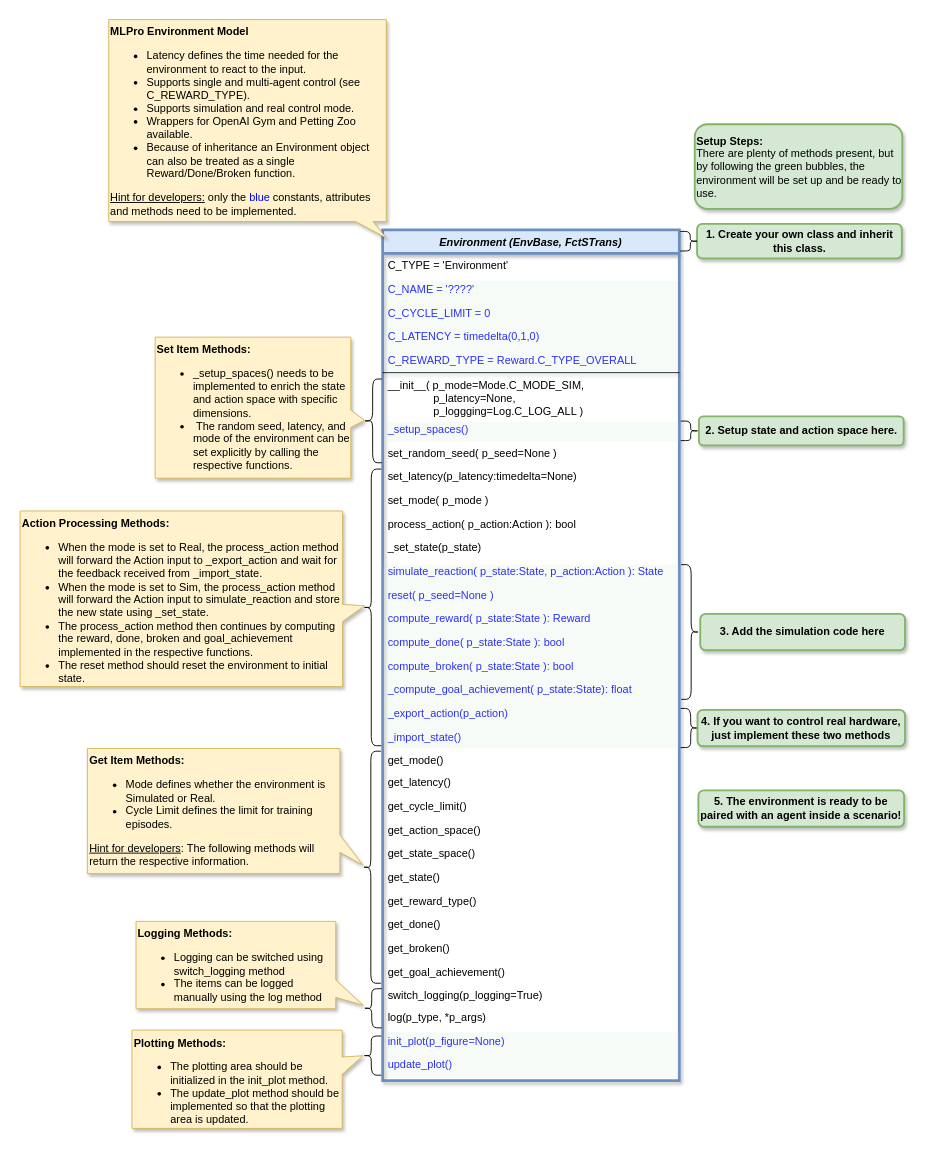
This is doc/rtd/content/rl/env/images/MLPro-RL-Env_class_Environment_commented.drawio from fhswf/MLPro, a draw.io file, before an edit. Source tidied: cells renumbered, new cells numbered last; positions are measured from the earlier drawing's top-left corner, leaving out a move shared by most shapes. Both pictures are drawn from the tidied source at 91%, with x=0, y=0 at pixel (20, 19).
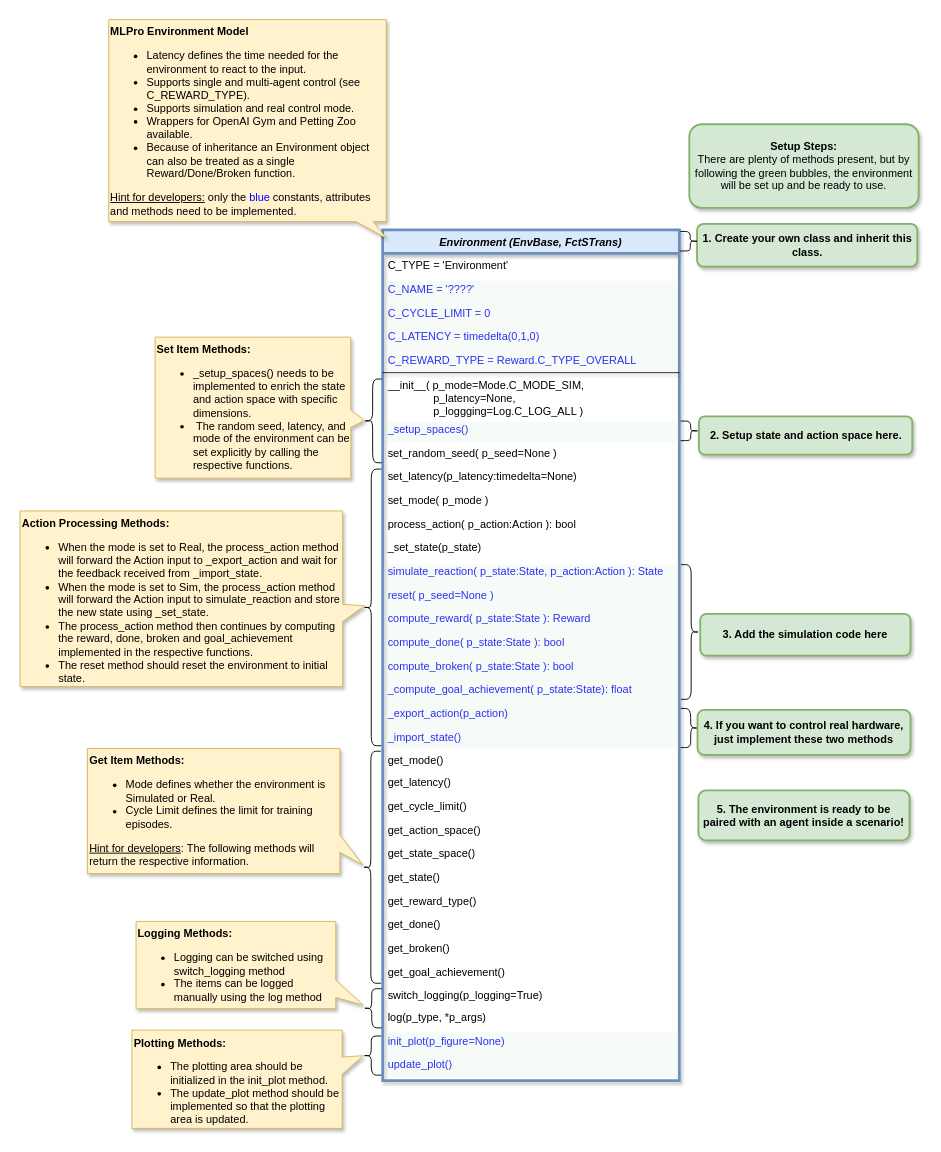
Above is the later version.

Commit message (it also covers changes not shown here):
Increase Green Box Size on commented diagram #170

The edit, as a diff of the source:
```diff
@@
     <mxCell id="40" value="&lt;b style=&quot;text-align: left&quot;&gt;2. Setup state and action space here.&lt;/b&gt;" style="rounded=1;whiteSpace=wrap;html=1;strokeColor=#82b366;strokeWidth=2;align=center;fillColor=#d5e8d4;shadow=1;" parent="1" vertex="1">
-      <mxGeometry x="745.5" y="436" width="225" height="32" as="geometry" />
+      <mxGeometry x="745.5" y="436" width="234.5" height="42" as="geometry" />
     </mxCell>
     <mxCell id="41" value="&lt;b&gt;3. Add the simulation code here&lt;/b&gt;" style="rounded=1;whiteSpace=wrap;html=1;strokeColor=#82b366;strokeWidth=2;align=center;fillColor=#d5e8d4;shadow=1;" parent="1" vertex="1">
-      <mxGeometry x="747" y="653" width="225" height="40" as="geometry" />
+      <mxGeometry x="747" y="653" width="231" height="46" as="geometry" />
     </mxCell>
     <mxCell id="42" value="&lt;b&gt;5. The environment is ready to be paired with an agent inside a scenario!&lt;/b&gt;" style="rounded=1;whiteSpace=wrap;html=1;strokeColor=#82b366;strokeWidth=2;align=center;fillColor=#d5e8d4;shadow=1;" parent="1" vertex="1">
-      <mxGeometry x="745" y="847" width="226" height="40" as="geometry" />
+      <mxGeometry x="745" y="847" width="232" height="55" as="geometry" />
     </mxCell>
     <mxCell id="43" value="&lt;b style=&quot;text-align: left&quot;&gt;1. Create your own class and inherit this class.&lt;/b&gt;" style="rounded=1;whiteSpace=wrap;html=1;strokeColor=#82b366;strokeWidth=2;align=center;fillColor=#d5e8d4;shadow=1;" parent="1" vertex="1">
-      <mxGeometry x="743.5" y="224.5" width="225" height="38" as="geometry" />
+      <mxGeometry x="743.5" y="224.5" width="242" height="47" as="geometry" />
     </mxCell>
-    <mxCell id="44" value="&lt;b&gt;Setup Steps:&lt;/b&gt;&lt;br&gt;&lt;span&gt;There are plenty of methods present, but by following the green bubbles, the environment will be set up and be ready to use.&lt;/span&gt;" style="rounded=1;whiteSpace=wrap;html=1;strokeColor=#82b366;strokeWidth=2;align=left;fillColor=#d5e8d4;shadow=1;glass=0;sketch=0;" parent="1" vertex="1">
-      <mxGeometry x="741" y="115" width="228" height="93" as="geometry" />
+    <mxCell id="44" value="&lt;b&gt;Setup Steps:&lt;/b&gt;&lt;br&gt;&lt;span&gt;There are plenty of methods present, but by following the green bubbles, the environment will be set up and be ready to use.&lt;/span&gt;" style="rounded=1;whiteSpace=wrap;html=1;strokeColor=#82b366;strokeWidth=2;align=center;fillColor=#d5e8d4;shadow=1;glass=0;sketch=0;" parent="1" vertex="1">
+      <mxGeometry x="735" y="115" width="252" height="92" as="geometry" />
     </mxCell>
@@
     <mxCell id="56" value="&lt;b&gt;4. If you want to control real hardware, just implement these two methods&lt;/b&gt;" style="rounded=1;whiteSpace=wrap;html=1;strokeColor=#82b366;strokeWidth=2;align=center;fillColor=#d5e8d4;shadow=1;" parent="1" vertex="1">
-      <mxGeometry x="744" y="758.5" width="228" height="40" as="geometry" />
+      <mxGeometry x="744" y="758.5" width="234" height="49.5" as="geometry" />
     </mxCell>
```
